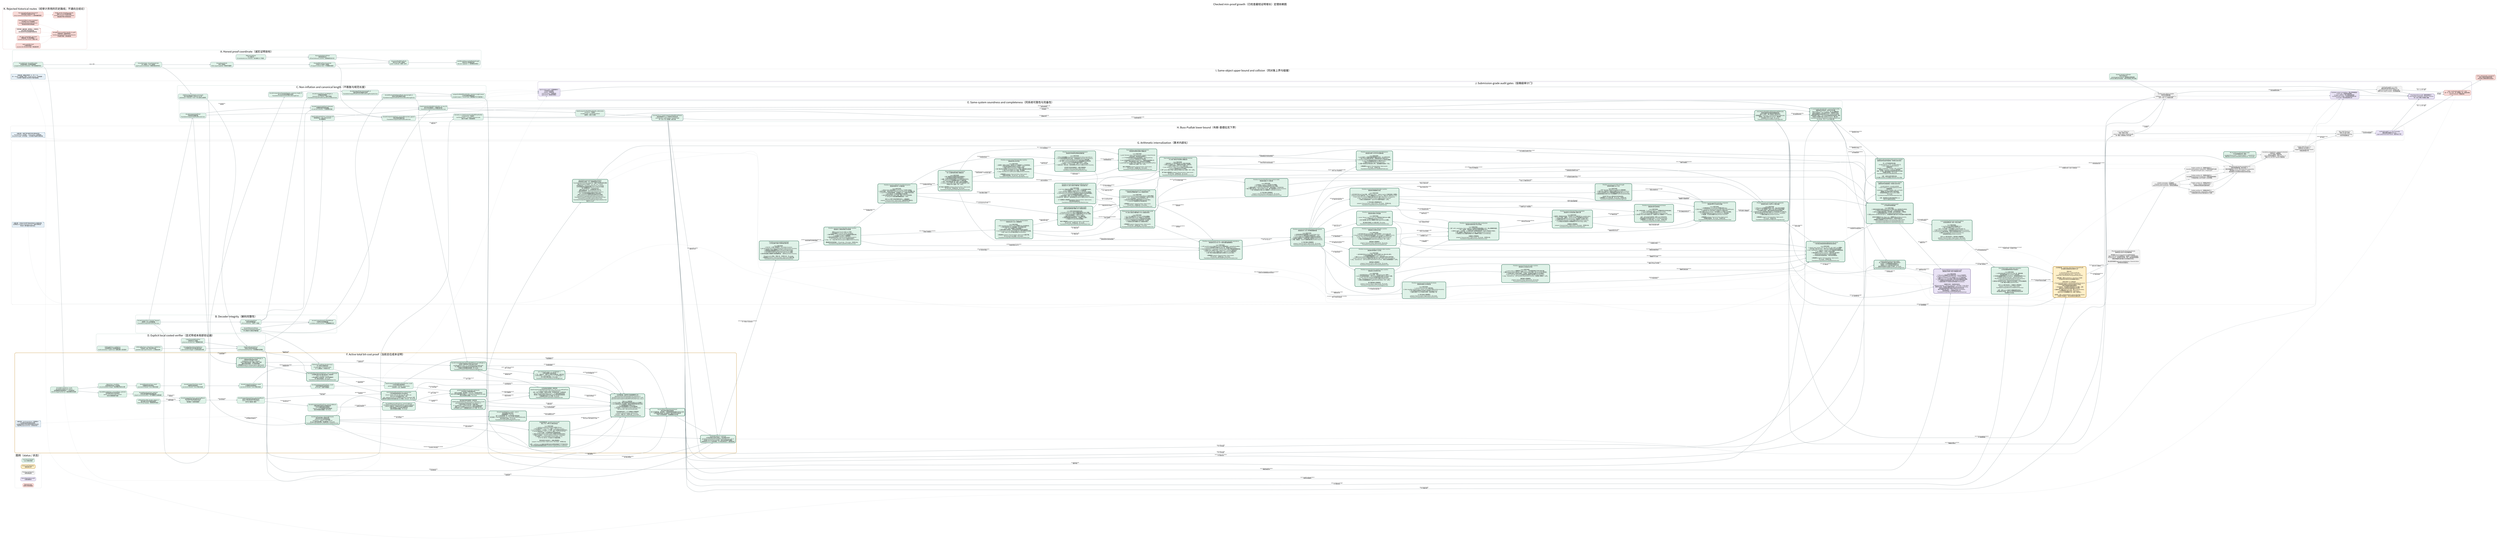
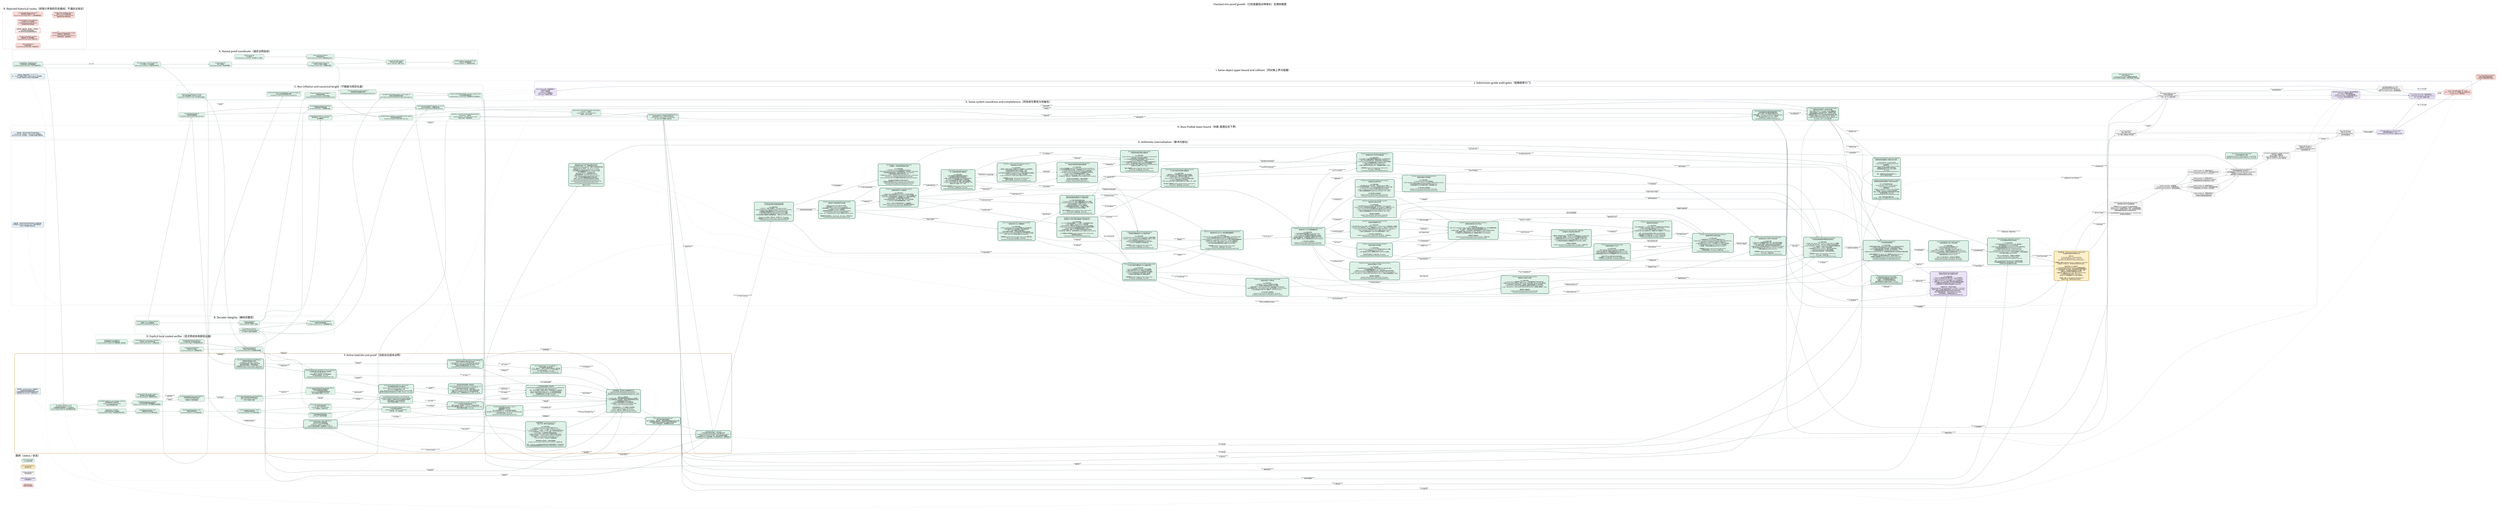
digraph CheckedMinProofDependencies {
  graph [
    rankdir=LR,
    bgcolor="white",
    compound=true,
    newrank=true,
    pad="0.35",
    nodesep="0.30",
    ranksep="0.62",
    fontname="Noto Sans CJK SC",
    fontsize=24,
    label="Checked min-proof growth（已检查最短证明增长）定理依赖图",
    labelloc="t",
    labeljust="c"
  ];
  node [
    shape=box,
    style="rounded,filled",
    fontname="Noto Sans CJK SC",
    fontsize=10.5,
    color="#526d75",
    fillcolor="#eef3f4",
    margin="0.14,0.09",
    penwidth=1.2
  ];
  edge [
    fontname="Noto Sans CJK SC",
    fontsize=8.5,
    color="#65777d",
    arrowsize=0.68,
    penwidth=1.05
  ];

  subgraph cluster_legend {
    label="图例（status / 状态）";
    color="#c8d1d4";
    style="rounded";
    done [label="Lean kernel checked\nLean 内核已检查", fillcolor="#dff2e8", color="#3f7c66"];
    active [label="Active proof obligation\n当前证明义务", fillcolor="#fff0c9", color="#b37a12", penwidth=2.2];
    pending [label="Pending root theorem\n待闭合根定理", fillcolor="#f3f3f3", color="#777777", style="rounded,filled,dashed"];
    audit [label="Axiom/dependency audit\n公理/依赖审计", fillcolor="#e9e3f5", color="#76639a"];
    rejected [label="Rejected route\n经审计弃用的路线", fillcolor="#f8d9d6", color="#a8443d", style="rounded,filled,dashed"];
  }

  subgraph cluster_coordinate {
    label="A. Honest proof coordinate（诚实证明坐标）";
    color="#8fb7aa";
    style="rounded";

    natcode [label="binaryNatCode / decodeBinaryNat\n自然数前缀码 / 自然数前缀解码\nescaped-bit prefix serialization（转义位前缀序列化）", fillcolor="#dff2e8"];
    syntaxcode [label="binaryTermCode + binaryFormulaCode\n项二进制码 + 公式二进制码\ntyped syntax serialization（类型化语法序列化）", fillcolor="#dff2e8"];
    sequentcode [label="binarySequentCode\n序列二进制码\nfinite sequent payload（有限序列载荷）", fillcolor="#dff2e8"];
    prooftree [label="CheckedPAProofTree.binaryCode\n已检查 PA 证明树二进制码\n10 sequent-calculus rules（十条相继式规则）", fillcolor="#dff2e8"];
    axiomcert [label="PAAxiomCertificate\nPA 公理证书\n23 constructors incl. induction（含归纳的 23 个构造）", fillcolor="#dff2e8"];
    structcert [label="StructuralValidityCertificate\n结构有效性证书\nall local witnesses counted（全部局部见证计长）", fillcolor="#dff2e8"];
    certifiedcode [label="binaryCertifiedPAProofCode\n带证书 PA 证明二进制码\nproof + certificate（证明 + 证书）", fillcolor="#dff2e8"];
    packedcode [label="packBinaryString / packedPayloadLength\n位串打包 / 有效载荷长度\nNat.size = payload + 1（自然数位长等式）", fillcolor="#dff2e8"];

    natcode -> syntaxcode [label="labels / 标签"];
    syntaxcode -> sequentcode;
    sequentcode -> prooftree;
    axiomcert -> structcert;
    prooftree -> certifiedcode;
    structcert -> certifiedcode;
    certifiedcode -> packedcode;
  }

  subgraph cluster_decoder {
    label="B. Decoder integrity（解码完整性）";
    color="#8fb7aa";
    style="rounded";

    typeddecoder [label="decodeCompactTerm / Formula / Sequent\n紧凑项 / 公式 / 序列解码器\nFoundationCompactPAProofVerifier.lean", fillcolor="#dff2e8"];
    proofdecoder [label="decodeCompactProof\n紧凑证明树解码器\nall 10 constructors（全部十个构造）", fillcolor="#dff2e8"];
    certdecoder [label="decodePAAxiomCertificate\ndecodeStructuralValidityCertificate\nPA 公理证书 / 结构证书解码器", fillcolor="#dff2e8"];
    packeddecoder [label="decodeCompactPackedCertifiedPAProof\n打包带证书证明解码器\nno hidden auxiliary witness（无隐藏辅助见证）", fillcolor="#dff2e8"];

    typeddecoder -> proofdecoder;
    certdecoder -> packeddecoder;
    proofdecoder -> packeddecoder;
  }

  subgraph cluster_size {
    label="C. Non-inflation and canonical length（不膨胀与规范长度）";
    color="#8fb7aa";
    style="rounded";

    structural [label="decodeCompactProof_parseWeight_le\n证明解码结构量界\nstructural non-inflation（结构不膨胀）\nFoundationCompactProofDecoderStructuralBound.lean", fillcolor="#dff2e8"];
    syntaxcanonical [label="decodeCompactTerm/Formula/Sequent_canonical_length_le\n项/公式/序列规范重编码长度界\nFoundationCompactCanonicalDecodeLength.lean", fillcolor="#dff2e8"];
    proofcanonical [label="decodeCompactProof_binaryLength_le\n完整证明树规范重编码长度界\nFoundationCompactProofCanonicalDecodeLengthComplete.lean", fillcolor="#dff2e8"];
    certcanonical [label="decodeStructuralValidityCertificate_binaryLength_le\n结构证书规范重编码长度界\nFoundationCompactCertificateCanonicalDecodeLength.lean", fillcolor="#dff2e8"];
    totalcanonical [label="compactCertifiedPAProofVerifier_canonical_length_bound\n公开验证器规范载荷总界\naccepted output <= honest input（接受输出不长于诚实输入）", fillcolor="#dff2e8"];
    transformsize [label="shift/free/neg/substitution size bounds\n移位/自由变量嵌入/否定/代入大小界\nsubstitution <= formula × term（代入至多公式乘项）", fillcolor="#dff2e8"];

    typeddecoder -> syntaxcanonical;
    proofdecoder -> structural;
    syntaxcanonical -> proofcanonical;
    certdecoder -> certcanonical;
    proofcanonical -> totalcanonical;
    certcanonical -> totalcanonical;
    syntaxcode -> transformsize;
  }

  subgraph cluster_explicit_local {
    label="D. Explicit local costed verifier（显式带成本局部验证器）";
    color="#8fb7aa";
    style="rounded";

    biteq [label="bitStringEqTrace / natEqTrace\n位串相等轨迹 / 自然数相等轨迹\nresult correctness + explicit cost（结果正确 + 显式成本）", fillcolor="#dff2e8"];
    bitset [label="bitStringMemTrace / SubsetTrace / SetEqTrace\n位串成员 / 包含 / 集合等价轨迹\nquadratic-style explicit bounds（二次型显式界）", fillcolor="#dff2e8"];
    formulalist [label="formulaEq/Mem/Subset/SetEqTrace\n公式相等/成员/包含/集合等价轨迹\ncode emission charged（公式码生成已计费）", fillcolor="#dff2e8"];
    listedtree [label="ListedCheckedPAProofTree\n列表序列 PA 证明树\npreserves decoded lists（保留解码列表）", fillcolor="#dff2e8"];
    listedcert [label="listedCertificateValidTrace\n列表证书有效性成本轨迹\nno Finset decide black box（无有限集判定黑箱）", fillcolor="#dff2e8"];

    biteq -> bitset;
    bitset -> formulalist;
    listedtree -> listedcert;
    formulalist -> listedcert;
    transformsize -> listedcert [label="local transforms\n局部变换"];
  }

  subgraph cluster_same_system {
    label="E. Same-system soundness and completeness（同系统可靠性与完备性）";
    color="#8fb7aa";
    style="rounded";

    listdecoder [label="decodeCompactListedProof\n列表保持证明解码器\nFoundationCompactListedProofDecoder.lean", fillcolor="#dff2e8"];
    projection [label="decodeCompactListedProof_toChecked\n列表解码投影到原检查器\n10-rule fuel induction（十规则燃料归纳）", fillcolor="#dff2e8"];
    localiff [label="listedCertificateValidTrace_toChecked_iff\n新局部轨迹 <-> 原 certificateValid\n语义精确等价", fillcolor="#dff2e8"];
    publiciff [label="listedCompactCertifiedPAProofVerifier_eq_true_iff\n新公开验证器接受 <-> 精确检查关系\nFoundationCompactListedCertifiedVerifier.lean", fillcolor="#dff2e8"];
    soundness [label="listedCompactCertifiedPAProofVerifier_toDerivation\nsoundness（可靠性）\naccepted code -> real PA Derivation2\n接受码 -> 真实 PA 推导", fillcolor="#dff2e8"];
    listencoder [label="decodeCompactListedProof_canonicalBinaryCode_append\n列表证明规范编码往返\nFoundationCompactListedProofEncoder.lean", fillcolor="#dff2e8"];
    completeness [label="derivation_to_listedCompactCertifiedPAProofVerifier\ncompleteness（完备性）\nreal PA derivation -> accepted canonical code\n真实 PA 推导 -> 规范接受码", fillcolor="#dff2e8"];
    predicate [label="Concrete P(x,y) / ListedCompactCertifiedPAProofChecks\n具体证明谓词 P(x,y) / 列表带证书检查关系\nsame formula + same checker + honest length\n同一公式 + 同一检查器 + 诚实长度", fillcolor="#dff2e8", penwidth=2.0];
    minmeasure [
      label="minListedCertifiedPAProofPayloadLength(formula)\n具体检查器诱导的最短完整载荷长度\n真实 PA 推导 -> 最小值由某个接受码实现\n任意接受码 -> minimum <= packedPayloadLength(code)\n接受码 -> 同公式真实 Derivation2（推导树）\n无项目级 proof_length；无 sorryAx\nFoundationCompactListedMinProofLength.lean",
      fillcolor="#dff2e8", color="#2f6f57", penwidth=2.8
    ];
    canonicalnormalize [
      label="P_canon(code, formulaCode) + canonical Bool verifier\n纯数值规范证明关系 + 规范布尔验证器\nBool verifier = true <-> P_canon，由 Lean 精确证明\n任意公开接受码 -> 同公式码规范码，完整载荷不增长\n最短完整载荷必由真实规范 proof + certificate 码实现\n全体码有限一致性 <-> 同 cutoff 的纯数值规范码有限一致性\n非规范/冗余编码不能人为压低 minimum（最小值）\nFoundationCompactListedCanonicalNormalization.lean\n无 sorryAx；仅三个 Lean 标准公理",
      fillcolor="#dff2e8", color="#2f6f57", penwidth=2.8
    ];

    typeddecoder -> listdecoder;
    listdecoder -> projection;
    proofdecoder -> projection;
    listedcert -> localiff;
    projection -> publiciff;
    localiff -> publiciff;
    packeddecoder -> publiciff;
    publiciff -> soundness;
    prooftree -> listencoder;
    listdecoder -> listencoder;
    listencoder -> completeness;
    listedcert -> completeness;
    soundness -> predicate;
    completeness -> predicate;
    predicate -> minmeasure [label="minimum over accepted codes\n对接受码取最小值"];
    completeness -> minmeasure [label="nonempty accepted set\n接受集合非空"];
    publiciff -> canonicalnormalize [label="decode every accepted code\n解码任意接受码"];
    listencoder -> canonicalnormalize [label="canonical re-encoding\n规范重编码"];
    totalcanonical -> canonicalnormalize [label="no payload growth\n载荷不增长"];
    minmeasure -> canonicalnormalize [label="minimum realized canonically\n最小值由规范码实现"];
  }

  subgraph cluster_cost_active {
    label="F. Active total bit-cost proof（当前总位成本证明）";
    color="#c18a27";
    style="rounded,bold";

    nattrace [label="decodeBinaryNatTrace_result\ndecodeBinaryNatTrace_cost_le\n自然数解码轨迹结果等价 + 二次位成本界\nNat.bit charged by Nat.size（按自然数位长收费）", fillcolor="#dff2e8", color="#3f7c66"];
    tracebind [label="OptionTrace + traceBind\n可选结果成本轨迹 + 轨迹绑定\nevery bind/failure charged（每次绑定/失败均计费）", fillcolor="#dff2e8", color="#3f7c66"];
    vectortrace [label="decodeManyVectorTrace_result\n向量解码轨迹结果等价\nLean kernel checked（Lean 内核已检查）", fillcolor="#dff2e8", color="#3f7c66"];
    termtrace [label="decodeCompactTermTrace_result\n项解码轨迹结果等价\nLean kernel checked（Lean 内核已检查）", fillcolor="#dff2e8", color="#3f7c66"];
    formulatrace [label="decodeCompactFormulaTrace_result\n公式解码轨迹结果等价\nLean kernel checked（Lean 内核已检查）", fillcolor="#dff2e8", color="#3f7c66"];
    prooftrace [label="decodeCompactListedProofTrace_result\n列表证明解码轨迹结果等价\nall 10 rules（全部十条规则）", fillcolor="#dff2e8", color="#3f7c66"];
    certtrace [label="PA/structural certificate decoder traces\nPA / 结构证书解码轨迹\n23 axiom tags + 4 recursive nodes\n23 个公理标签 + 4 种递归节点", fillcolor="#dff2e8", color="#3f7c66"];
    publictrace [label="listedCompactCertifiedPAProofVerifierTrace_result\n公开验证器轨迹结果等价\npacked envelope + formula + local checks\n打包外壳 + 公式 + 局部检查", fillcolor="#dff2e8", color="#3f7c66"];
    natpotential [label="decodeBinaryNatTrace_success/failure_potential\n自然数解码成功/失败势能界\nquartic consumed-prefix invariant\n四次已消费前缀不变量", fillcolor="#dff2e8", color="#3f7c66"];
    vectorpotential [label="decodeManyVectorTrace_potential\n任意长度向量解码摊还势能定理\ndisjoint consumed prefixes（互不重叠的已消费前缀）", fillcolor="#dff2e8", color="#3f7c66"];
    symbolcharge [label="arithmeticFunc/Rel_decode_charge_le\n算术函数/关系符号解码收费界\nfinite ORing language（有限有序环语言）", fillcolor="#dff2e8", color="#3f7c66"];
    termpotential [label="decodeCompactTermTrace_parserCostBound\n紧凑项解码器全路径摊还成本界\nsuccess + every failure path\n成功路径 + 全部失败路径", fillcolor="#dff2e8", color="#3f7c66"];
    formulapotential [label="decodeCompactFormulaTrace_parserCostBound\n紧凑公式解码器全路径摊还成本界\natoms / connectives / quantifiers\n原子式 / 联结词 / 量词", fillcolor="#dff2e8", color="#3f7c66"];
    proofpotential [
      label="decodeCompactListedProofTrace_parserCostBound\n列表证明树全路径四次势能成本界\n十条 PA 相继式规则全部通过\nand/cut 二叉子证明势能已望远镜相消\n成功/失败路径全覆盖；无 sorryAx",
      fillcolor="#dff2e8", color="#3f7c66"
    ];
    certpotential [
      label="decodePAAxiomCertificateTrace_parserCostBound\ndecodeStructuralValidityCertificateTrace_parserCostBound\n23 种 PA 公理标签 + 4 种递归证书节点全路径四次势能界\n归纳公理体和二元证书树已摊还闭合\n成功/失败路径全覆盖；无 sorryAx",
      fillcolor="#dff2e8", color="#3f7c66", penwidth=2.2
    ];
    packedcost [
      label="packed proof/formula decoder cost bounds\n打包证明/公式解码器成本界\n证明+证书串联、末位哨兵、dropLast、空后缀全部闭合\n两个公开打包解码器均不超过 2 × decoderPotential(Nat.size code)\n成功/失败路径全覆盖；无 sorryAx",
      fillcolor="#dff2e8", color="#2f6f57", penwidth=2.8
    ];
    transformcode [
      label="transformation binary-code length bounds\n语法变换完整二进制码长界\nshift/free/neg 均至多线性膨胀\nsubstitution：|phi[t]| <= 3(F+1)(W+1)F\n含 qpow 量词深度预算；无隐藏参数；无 sorryAx\nFoundationCompactSyntaxTransformationCodeBounds.lean",
      fillcolor="#dff2e8", color="#2f6f57", penwidth=2.8
    ];
    negtrace [
      label="binaryFormulaNegTrace_result / _cost_le\n否定变换真实递归轨迹\n结果精确等于 ∼formula\n每个公式构造收费一步；原子项向量不重复遍历\n执行成本 <= formulaSymbolCount <= |binaryFormulaCode(formula)|\n单文件探针已通过；无 sorryAx\nFoundationCompactSyntaxNegationTrace.lean",
      fillcolor="#dff2e8", color="#2f6f57", penwidth=2.8
    ];
    axmjoint [
      label="axm comparator input <= 2 * jointWeight + 1\n公理比较器输入联合坐标界\n上下文、候选句子、完整 PA 公理证书均落在同一诚实位权\ncertificateBits + sentenceBits + 1 <= 2 * jointWeight + 1\n四个坐标引理已通过；无 sorryAx\nFoundationCompactListedAxiomJointWeight.lean",
      fillcolor="#dff2e8", color="#2f6f57", penwidth=2.8
    ];
    honestproof [
      label="decodeCompactListedProof_honestWeight_le\n列表保持证明树诚实位权界\nweight(tree) + 8|suffix| <= 8|input|\n十条 PA 规则全部闭合；重复公式逐个计费\n覆盖任意成功解码，不只是规范编码\n公理画像仅 propext / Classical.choice / Quot.sound\nFoundationCompactListedProofHonestWeight.lean",
      fillcolor="#dff2e8", color="#2f6f57", penwidth=2.8
    ];
    honestcert [
      label="decodeCompactPackedListedCertifiedPAProof_honestWeight_le\n证明树+完整结构证书联合诚实位权界\njointWeight(tree,cert) <= 8 * packedPayloadLength(code)\nPA 公理证书 23 标签及递归证书全部由实际输入位计费\n无辅助见证和隐藏长度参数；无 sorryAx\nFoundationCompactListedCertifiedHonestWeight.lean",
      fillcolor="#dff2e8", color="#2f6f57", penwidth=2.8
    ];
    localprimitives [
      label="formulaEq/Mem/Subset/SetEqTrace_cost_le_polynomial\n公式相等/成员/包含/集合等价统一位成本界\nP(w) = 4 + 2(w+3)^2 + w\nw 是全部输入公式码位权，包含列表重复项\n四个端点全部通过；无 sorryAx\nFoundationCompactListedLocalCostPrimitives.lean",
      fillcolor="#dff2e8", color="#2f6f57", penwidth=2.8
    ];
    localbranches9 [
      label="10/10 listedCertificateValidTrace cost branches\n十条证明规则局部成本分支全部闭合\nclosed / verum / and / or / all / exs / wk / shift / cut：\n由 P(G(w)) 及生成语法界统一计费\naxm：由 A(w)=K*(2w+1)^12 的真实 guarded comparator 计费\n最终每节点固定多项式包络已由 Lean 检查；无 haxm、无 sorryAx",
      fillcolor="#dff2e8", color="#2f6f57", penwidth=2.8
    ];
    localinduction [
      label="联合坐标内部归纳骨架 + 具体实例\nlistedCertificateValidTrace_jointCost_le_polynomial_of_axm\nguardedListedCertificateValidTrace_jointCost_le\n十规则证明树/证书同步统一归纳已通过\nb = proofWeight + certificateWeight（证明+证书联合位权）\n抽象 haxm 已由真实 guarded axm 成本定理具体消除\n公开实例无 haxm；公理画像仅标准 Lean 公理；无 sorryAx",
      fillcolor="#dff2e8", color="#2f6f57", penwidth=2.8
    ];
    publicskeleton [
      label="公开总成本内部骨架 + 具体实例\nlistedCompactCertifiedPAProofVerifierTrace_cost_le_of_certificateTrace\ns = Nat.size(code) + Nat.size(formulaCode)\n合并：两个打包解码、局部证书检查、结论集合比较、公式码比较\nQ(s)=4*decoderPotential(s)+L(s)+1，L(s) 是显式固定多项式\n原先唯一内部证书成本义务现已由 guarded 联合成本定理消除\n公理画像仅标准 Lean 公理；无 sorryAx\nFoundationCompactListedPublicCostSkeleton.lean",
      fillcolor="#dff2e8", color="#2f6f57", penwidth=2.8
    ];
    publiccost [
      label="【主终端完成：具体带守卫检查器最终汇合】\nguardedListedCertificateValidTrace_jointCost_le\nguardedListedCompactCertifiedPAProofVerifierTrace_result\nguardedListedCompactCertifiedPAProofVerifierTrace_cost_le\n\n已由 Lean 内核检查：\n1. axm 的 23 标签、接受/拒绝路径和候选长度 guard 全部统一；\n2. axm 局部成本进入与证明树、结构证书相同的诚实联合位权；\n3. 十规则整树成本不再带 haxm；\n4. 公开轨迹结果精确等于公开验证器结果；\n5. 总位成本 <= listedPublicVerifierCostPolynomial(\n   Nat.size code + Nat.size formulaCode)。\n\n定向构建退出码 0；五个关键端点公理画像仅\npropext / Classical.choice / Quot.sound。\n无 haxm、无输入包、无项目公设、无 sorryAx。\nFoundationCompactListedGuardedAxiomCost.lean",
      fillcolor="#dff2e8", color="#2f6f57", penwidth=2.8
    ];
    amortized [label="Success/failure total potential bound\n成功/失败全路径总势能界\n两个打包解码器、语法变换、十规则局部检查和最终比较均已计费\n公开轨迹的所有输入对均满足同一固定多项式位成本界\n不是只分析接受路径；无隐藏辅助见证长度", fillcolor="#dff2e8", color="#2f6f57", style="rounded,filled", penwidth=2.8];
    costnote [shape=note, label="关键注释：result equivalence（结果等价）\n只证明轨迹没有改掉验证结果；\n必须再证明成功/失败全路径的固定多项式界，\n才能声称 polynomial time（多项式时间）。", fillcolor="#e8f1f8", color="#4e7892"];
    transformtrace [label="【共享终端完成：guarded axiom trace】\n移位 / 代入 / 带守卫公理比较轨迹\n\nLean 内核已检查：\n1. shift/free/substitution/list/fixitr 的真实 QTrace；\n2. fixitr 输出码长 <= 4*(L+1)^2；成本 <= 128*(m+L+1)^2*L；\n3. succInd 四次代入、三次否定、三个析取、两个全称量词全部真实执行；\n4. succInd 输出码长 <= 10^7*(L+1)^4；成本 <= 10^11*(L+1)^12；\n5. guard 完备：合法相等候选不会被提前拒绝；\n6. 接受分支 fixitr/allClosure/formulaEq 与拒绝分支总成本均闭合；\n7. 全部 23 标签统一：true iff certificate.sentence = candidate；\n8. 总成本 <= K*(certificateBits+sentenceBits+1)^12，\n   K=10^30+(3B+4)，B 为显式 26 句固定预算。\n\n两条验收命令退出码 0；关键公理画像仅\npropext / Classical.choice / Quot.sound；无 sorryAx、无项目公设。\n\n边界：certificate-only 直接生成完整归纳句在稀疏变量编号下不可能多项式；\n本节点完成的是保持接受关系的 candidate-length guarded comparator。", fillcolor="#dff2e8", color="#2f6f57", style="rounded,filled", penwidth=2.8];
    polytime [label="VerifierBitCost(x,y) <= p(|x|+|y|)\n公开验证器总位成本不超过一个显式固定多项式\nguardedListedCompactCertifiedPAProofVerifierTrace_cost_le\n对全部 code/formulaCode 成立，成功与失败路径均覆盖\n这里是项目 QTrace 位成本模型；PA 内短证明仍由下一簇单独完成", fillcolor="#dff2e8", color="#2f6f57", style="rounded,filled", penwidth=2.8];

    natcode -> nattrace;
    nattrace -> tracebind;
    tracebind -> vectortrace;
    vectortrace -> termtrace;
    termtrace -> formulatrace;
    formulatrace -> prooftrace;
    certdecoder -> certtrace;
    formulatrace -> certtrace;
    prooftrace -> publictrace;
    certtrace -> publictrace;
    publictrace -> amortized [label="exact behavior first\n先固定精确行为"];
    nattrace -> natpotential;
    natpotential -> vectorpotential;
    vectorpotential -> termpotential [label="argument vectors\n参数向量"];
    symbolcharge -> termpotential [label="finite symbol decoding\n有限符号解码"];
    termpotential -> formulapotential [label="terms inside atoms\n原子式中的项"];
    formulapotential -> proofpotential [label="formulas inside sequents\n序列中的公式"];
    proofpotential -> certpotential [label="proof/certificate alignment\n证明树/证书树对齐"];
    formulapotential -> certpotential [label="induction body\n归纳公理体"];
    certpotential -> packedcost [label="proof + certificate stream\n证明 + 证书串"];
    publictrace -> packedcost [label="same executable result\n同一可执行结果"];
    packedcost -> publiccost [label="decoded objects\n已解码对象"];
    transformsize -> transformcode [label="from symbol count to full bits\n从符号数提升到完整位长"];
    transformcode -> negtrace [label="input bit-length control\n输入位长控制"];
    negtrace -> publiccost [label="closed/cut negation charge\n闭合/切规则否定计费"];
    transformcode -> publiccost [label="generated-code bounds\n生成公式码长界"];
    listdecoder -> honestproof [label="all successful parses\n全部成功解码"];
    honestproof -> honestcert [label="proof-tree charge\n证明树计费"];
    certcanonical -> honestcert [label="full certificate bits\n完整证书位"];
    honestcert -> publiccost [label="joint decoded-data bound\n联合解码数据界"];
    honestcert -> axmjoint [label="proof + certificate coordinate\n证明 + 证书坐标"];
    axmjoint -> publiccost [label="guarded comparator input bound\n带守卫比较器输入界"];
    listedcert -> localprimitives [label="exact trace costs\n精确轨迹成本"];
    honestproof -> localprimitives [label="duplicate-preserving weights\n保留重复项位权"];
    localprimitives -> publiccost [label="uniform quadratic bound\n统一二次界"];
    localprimitives -> localbranches9 [label="per-rule instantiation\n逐规则实例化"];
    transformcode -> localbranches9 [label="generated syntax bounds\n生成语法界"];
    localbranches9 -> publiccost [label="nine checked branches\n九条已检查分支"];
    localbranches9 -> localinduction [label="structural aggregation\n结构汇总"];
    localinduction -> publiccost [label="haxm concretely discharged\nhaxm 已由具体定理消除"];
    localinduction -> publicskeleton [label="local certificate polynomial\n局部证书多项式"];
    packedcost -> publicskeleton [label="two packed decoder bounds\n两个打包解码界"];
    honestcert -> publicskeleton [label="decoded joint weight\n解码联合位权"];
    publicskeleton -> publiccost [label="concrete discharge checked\n具体消义务已检查"];
    listedcert -> publiccost [label="explicit local checks\n显式局部检查"];
    publiccost -> amortized;
    totalcanonical -> amortized [label="consumed-length control\n消费长度控制"];
    costnote -> amortized [style=dotted, arrowhead=none, constraint=false];
    transformcode -> transformtrace;
    transformtrace -> publiccost [label="guarded axm + shift/free/substitution costs\n带守卫公理 + 移位/自由化/代入成本"];
    amortized -> polytime;
    transformtrace -> polytime;
    totalcanonical -> polytime [label="input/output length control\n输入输出长度控制"];
    listedcert -> polytime [label="local cost bounds\n局部成本界"];
    predicate -> polytime [label="exact executable relation\n精确可执行关系"];
  }

  subgraph cluster_internalization {
    label="G. Arithmetic internalization（算术内部化）";
    color="#9a9a9a";
    style="rounded,dashed";

    listedconmeta [label="ListedCertifiedFiniteConsistencyAt(k)\n同一列表保持验证器的有限一致性元层语义\n无长度 <= k 的完整载荷码被接受为 ⊥\n普通及 2^(A*n) 放大版本无条件为真\n接受反向恢复同公式真实 PA 推导；无 sorryAx\nFoundationCompactListedFiniteConsistencyTarget.lean", fillcolor="#dff2e8", color="#2f6f57", penwidth=2.8];
    arithinput [label="Primitive-recursive packed input layer\n公开验证器打包输入的原始递归算术层\n\nLean 内核已检查：\n1. Nat.bits（小端二进制展开）为 primitive recursive；\n2. getLast?/dropLast 与 sentinel payload peel 均为 primitive recursive；\n3. 剥离成功 iff 输入精确等于 packBinaryString(payload)；\n4. 新剥离器结果精确等于现有 packedPayloadTrace 结果；\n5. decodeBinaryNat 已由 right-fold state machine 重建；\n6. 新状态机逐输入精确等于原前缀解码器，二者均为 primitive recursive。\n\n无 typed syntax 假设、无输入包、无项目公设、无 sorryAx；\n公理画像仅 propext / Classical.choice / Quot.sound 或其子集。\nFoundationCompactListedVerifierArithmeticInput.lean", fillcolor="#dff2e8", color="#2f6f57", penwidth=2.8];
    tokenstream [label="Primitive-recursive binary-Nat token stream machine\n原始递归二进制自然数记号流机器\n\n具体 bounded iterator 已由 Lean 检查：\n1. 状态明确区分 running / failed / accepted；\n2. 每步调用同一个 decodeBinaryNat 并保留真实剩余位串；\n3. 总步数由 inputBits+1 明确限制；\n4. 最终结果逐位串等于 repeated-prefix reference parser；\n5. binaryNatCode token stream 的规范往返成立；\n6. step、run、output 和 reference parser 全部 primitive recursive。\n\n覆盖畸形和非规范输入；无 rawCode、无 sorryAx、无项目公设。\nFoundationCompactBinaryNatStreamMachine.lean", fillcolor="#dff2e8", color="#2f6f57", penwidth=2.8];
    bitsync [label="Exact noncanonical bit/token stream synchronization\n非规范位流与 token 流精确同步\n\nLean 内核已检查：\n1. 定义 repeated decodeBinaryNat 的精确 token/位后缀关系；\n2. 关系可按任意 token 前后缀唯一切分并重新合成；\n3. 同一 token 前缀留下的位后缀唯一；\n4. 规范位编码只是特例，不把非规范高位零误判为规范码；\n5. bounded stream decoder 成功 iff 全部 token 恰好消费至空位后缀；\n6. 每个 token-list split 都对应真实 bit boundary。\n\n公理画像仅 propext / Classical.choice / Quot.sound 或其子集；\n无 canonical-input 假设、无 sorryAx。\nFoundationCompactBinaryNatStreamSynchronization.lean", fillcolor="#dff2e8", color="#2f6f57", penwidth=2.8];
    syntaxparser [label="Primitive-recursive arithmetic term/formula parser\n原始递归算术项 / 公式解析器\n\nLean 内核已检查：\n1. 纯 Nat token 状态机覆盖 bvar/fvar/func 与全部公式构造；\n2. 有序环函数、关系符号码与 typed decoder 的 decode₂ 条件精确一致；\n3. repeat frame 逐项处理参数，不按稀疏 arity 一次展开巨型任务表；\n4. 每个真实项 / 公式都有精确执行步数定理；\n5. 执行步数不超过真实 token 长度，固定二次 fuel 必然足够；\n6. 公开 parser 对规范编码精确返回同一 suffix。\n\n定向 Lean 探针与目标构建退出码 0；公理画像仅\npropext / Classical.choice / Quot.sound；静态禁用项扫描为空。\nFoundationCompactSyntaxTokenMachine.lean", fillcolor="#dff2e8", color="#2f6f57", penwidth=2.8];
    syntaxinversion [label="Exact arbitrary-input syntax inversion\n项 / 公式解析器任意输入精确反演\n\nLean 内核已检查：\n1. 每个纯数值任务栈都有类型化前缀语义；\n2. 每次数值状态转换反向保持该语义；\n3. 函数 / 关系符号有效码恢复同 arity 的真实有序环符号；\n4. repeat frame 恢复精确长度的 Fin 参数向量；\n5. 成功、失败及畸形输入统一由同一后向不变量覆盖；\n6. numeric parser 返回 suffix iff 输入等于某真实项 / 公式\n   的规范 token 前缀 ++ 同一 suffix。\n\n两个端点公理画像仅 propext / Classical.choice / Quot.sound；\n无 rawCode、无项目公设、无 sorryAx。\nFoundationCompactSyntaxTokenMachineInversion.lean", fillcolor="#dff2e8", color="#2f6f57", penwidth=2.8];
    syntaxbitsync [label="Typed syntax decoder iff exact token prefix\n类型化语法解码器与精确 token 前缀双向等价\n\nLean 内核已检查任意成功位串：\n1. decodeCompactTerm 成功 iff 精确消费该项 token 前缀；\n2. decodeCompactFormula 成功 iff 精确消费该公式 token 前缀；\n3. 两方向均保留同一个真实 bit suffix；\n4. 函数/关系符号代码由 decode₂ 精确恢复；\n5. 任意有限参数向量逐项同步，不隐藏 arity 展开；\n6. 非规范 binaryNat 表示完全覆盖。\n\n端点公理画像仅 propext / Classical.choice / Quot.sound；\n无 rawCode、无项目公设、无 sorryAx。\nFoundationCompactSyntaxBitTokenSynchronization.lean", fillcolor="#dff2e8", color="#2f6f57", penwidth=2.8];
    closedformula [label="Primitive-recursive closed-formula token machine\n原始递归闭公式记号机\n\nLean 内核已检查：\n1. 复用同一紧凑公式语法，但所有 term 位置遇到 fvar 标签即拒绝；\n2. 每次成功恢复真实类型化公式及同一 suffix；\n3. 恢复公式的 freeVariables 严格等于空集；\n4. 每个真实闭公式及每个 ArithmeticSentence 的嵌入规范编码必被接受；\n5. 成功 iff 闭公式规范 token 前缀，双向精确；\n6. step / bounded run / public parser 全部 primitive recursive。\n\n公理画像仅 propext / Classical.choice / Quot.sound；\n无额外闭性参数、无 rawCode、无 sorryAx。\nFoundationCompactClosedFormulaTokenMachine.lean", fillcolor="#dff2e8", color="#2f6f57", penwidth=2.8];
    proofparser [label="Primitive-recursive listed-proof structural parser\n原始递归列表保持证明树结构解析器\n\nLean 内核已检查：\n1. 纯 Nat 任务栈覆盖 closed/axm/verum/and/or/all/exs/wk/shift/cut；\n2. axm 标签现调用独立闭公式机，不再把普通 proposition 当 sentence；\n3. sequent cardinality 由 repeat-formula frame 逐项消费；\n4. 每个真实 ListedCheckedPAProofTree 都有精确执行步数定理；\n5. and/cut 左右子证明按编码顺序消费同一 suffix；\n6. 总步数 <= 2*tokenLength，固定二次 fuel 必然足够；\n7. 十标签分派、闭句分支、总状态机和公开 parser 全部 primitive recursive。\n\n定向探针及目标构建通过；关键公理画像仅\npropext / Classical.choice / Quot.sound。\nFoundationCompactProofTokenMachine.lean", fillcolor="#dff2e8", color="#2f6f57", penwidth=2.8];
    proofinversion [label="Exact arbitrary-input listed-proof inversion\n列表保持证明树任意输入精确反演\n\nLean 内核已检查：\n1. proof / formula / term / repeat-formula / sequent / closed-formula\n   六类任务统一具有类型化前缀语义；\n2. 十个节点标签的每条反向分支均恢复同一 typed proof tree；\n3. and/cut 严格恢复左右子树次序；\n4. axm 分支恢复真实 ArithmeticSentence，不接受含自由变量公式；\n5. 成功、失败及畸形输入由同一后向状态不变量覆盖；\n6. proof token parser 成功 iff 输入为某真实 ListedCheckedPAProofTree\n   的规范 token 前缀 ++ 同一 suffix。\n\n端点公理画像仅 propext / Classical.choice / Quot.sound；\n无 rawCode、无项目公设、无 sorryAx。\nFoundationCompactProofTokenMachineInversion.lean", fillcolor="#dff2e8", color="#2f6f57", penwidth=2.8];
    certparser [label="Primitive-recursive PA/structural certificate parsers\n原始递归 PA 公理 / 结构证书解析器（规范完备方向）\n\nLean 内核已检查：\n1. 23 个 PA 公理标签全部覆盖；0..21 固定，3/4 校验函数/关系码；\n2. tag 22 调用同一 binder-arity-1 公式解析器；\n3. 新 PA 证书 token 编码逐证书等于旧 binary code 的 Nat 前缀流；\n4. leaf/axiomCert/unary/binary 四类结构证书由显式任务栈递归解析；\n5. binary 左右子证书按编码顺序消费同一 suffix；\n6. 线性步数界、固定二次 fuel 和两个规范往返端点均已闭合；\n7. PA 标签分派、结构节点、总状态机和公开 parser 全部 primitive recursive。\n\n七个关键端点公理画像仅 propext / Classical.choice / Quot.sound；\n静态禁用项扫描为空。\nFoundationCompactCertificateTokenMachine.lean", fillcolor="#dff2e8", color="#2f6f57", penwidth=2.8];
    certinversion [label="Exact arbitrary-input PA/structural certificate inversion\nPA 公理 / 结构证书任意输入精确反演\n\nLean 内核已检查：\n1. 固定标签 0..21 逐项恢复对应 PA 公理证书构造器；\n2. 标签 3/4 恢复同 arity、同编码的真实函数 / 关系符号；\n3. 标签 22 恢复 binder-arity-1 归纳公式；\n4. leaf / axiomCert / unary / binary 四类节点全部反向恢复；\n5. binary 严格恢复左右子证书顺序；\n6. 两个 parser 成功 iff 输入为真实证书规范 token 前缀 ++ 同一 suffix。\n\n两个端点公理画像仅 propext / Classical.choice / Quot.sound；\n无 rawCode、无项目公设、无 sorryAx。\nFoundationCompactCertificateTokenMachineInversion.lean", fillcolor="#dff2e8", color="#2f6f57", penwidth=2.8];
    proofbitsync [label="Listed proof typed decoder iff exact token prefix\n列表保持证明解码器与 token 前缀双向等价\n\nLean 内核已检查：\n1. closed/axm/verum/and/or/all/exs/wk/shift/cut 十规则全覆盖；\n2. sequent、term、formula 与左右子证明保留同一真实 bit suffix；\n3. axm 分支恢复同一 ArithmeticSentence；\n4. 成功方向与完备方向均覆盖非规范 binaryNat 表示；\n5. and/cut 严格保留左右子树消费次序。\n\n公理画像仅 propext / Classical.choice / Quot.sound；\n无 rawCode、无项目公设、无 sorryAx。\nFoundationCompactProofBitTokenSynchronization.lean", fillcolor="#dff2e8", color="#2f6f57", penwidth=2.8];
    certbitsync [label="PA/structural certificate typed decoder iff exact token prefix\nPA 公理 / 结构证书解码器与 token 前缀双向等价\n\nLean 内核已检查：\n1. 23 个 PA 公理标签及 induction 公式体全部覆盖；\n2. 函数/关系符号由 decode₂ 恢复同 arity 真实符号；\n3. leaf/axiomCert/unary/binary 四类递归证书全覆盖；\n4. binary 严格保留左右证书顺序及同一位后缀；\n5. 任意成功位串与精确 token 前缀双向等价。\n\n公理画像仅 propext / Classical.choice / Quot.sound；\n无 rawCode、无项目公设、无 sorryAx。\nFoundationCompactCertificateBitTokenSynchronization.lean", fillcolor="#dff2e8", color="#2f6f57", penwidth=2.8];
    packedtokensync [label="Primitive-recursive packed stream + exact typed-decoder equivalence\n原始递归打包 token 流 + 类型化解码器精确等价\n\nLean 内核已检查：\n1. 公开 code 的 sentinel 哨兵位与 payload 剥离使用同一 packedPayloadBits；\n2. payload 逐前缀转为完整 Nat token 流，流函数已证 Primrec；\n3. listed proof tokens ++ structural certificate tokens 按公开解码顺序精确拼接；\n4. 证明码 token 流成功 iff 同一 typed proof + certificate 解码成功；\n5. formulaCode token 流成功 iff 同一 typed formula 解码成功；\n6. 两个等价均保留全载荷消费与非规范 binaryNat 表示。\n\n公理画像仅 propext / Classical.choice / Quot.sound；\n无 rawCode、无项目公设、无 sorryAx。\nFoundationCompactListedPackedBitTokenSynchronization.lean", fillcolor="#dff2e8", color="#2f6f57", penwidth=2.8];
    numericvalues [label="Primitive-recursive term/formula/sequent value parsers\n原始递归项 / 公式 / 序列数值值解析器\n\nLean 内核已检查：\n1. 在结构判断同时保留精确 canonical token slice；\n2. term 与 formula 解析返回已消费值及同一 suffix；\n3. sequent 按首 token 的基数逐公式解析并保持原顺序；\n4. 规范输入精确往返；任意成功输入恢复真实 typed syntax；\n5. 单值、重复值、sequent 总解析器全部 primitive recursive。\n\n九个审计端点公理画像仅\npropext / Classical.choice / Quot.sound；无 sorryAx。\nFoundationCompactNumericSyntaxValueParser.lean", fillcolor="#dff2e8", color="#2f6f57", penwidth=2.8];
    numericchecks [label="Primitive-recursive numeric formula-list checks\n原始递归数值公式列表检查\n\nLean 内核已检查：\n1. canonical formula token 编码单射；\n2. token equality / membership / subset / set equality 全部 primitive recursive；\n3. 四个结果在任意规范公式列表上逐点等于 typed trace；\n4. 重复元素按 Finset 外延语义处理，与原检查器一致。\n\n九个审计端点公理画像仅\npropext / Classical.choice / Quot.sound；无 sorryAx。\nFoundationCompactNumericFormulaListChecks.lean", fillcolor="#dff2e8", color="#2f6f57", penwidth=2.8];
    numericconstructors [label="Primitive-recursive direct formula constructors\n原始递归直接公式构造器\n\nLean 内核已检查：\n1. verum / falsum / and / or / all / exs 六种构造全为纯 token 函数；\n2. 六个函数全部 primitive recursive；\n3. 每个规范输入逐 token 精确等于真实 typed formula 编码。\n\n审计端点仅依赖 Lean 标准公理；无 sorryAx。\nFoundationCompactNumericFormulaConstructors.lean", fillcolor="#dff2e8", color="#2f6f57", penwidth=2.8];
    numericnegation [label="Primitive-recursive formula-negation token machine\n原始递归公式否定记号机\n\nLean 内核已检查：\n1. 运行状态只有 Nat 与 Nat 列表，不把 typed syntax 当输入；\n2. term 记号逐项原样复制，八种 formula 标签执行真实 De Morgan 对偶；\n3. term / term-list / formula 的完整任务执行语义均已闭合；\n4. step、bounded run 与公开 transform 全部 primitive recursive；\n5. 规范公式前缀精确返回 negated formula tokens + 同一 suffix。\n\n两个最终端点公理画像仅\npropext / Classical.choice / Quot.sound；无 sorryAx。\nFoundationCompactNumericFormulaNegation.lean", fillcolor="#dff2e8", color="#2f6f57", penwidth=2.8];
    numericshift [label="Primitive-recursive formula-shift token machine\n原始递归公式移位记号机\n\nLean 内核已检查：\n1. 运行状态只有 Nat 与 Nat 列表，逐任务消费同一 parser token 流；\n2. bound variable 与全部结构标签原样保留，free variable [1,i] 精确变为 [1,i+1]；\n3. term / term-list / formula 的完整执行语义逐点等于 Rewriting.shift；\n4. step、bounded run 与公开 transform 全部 primitive recursive；\n5. 规范公式前缀精确返回 shifted formula tokens + 同一 suffix。\n\n最终端点公理画像仅\npropext / Classical.choice / Quot.sound；无 sorryAx。\nFoundationCompactNumericFormulaShift.lean", fillcolor="#dff2e8", color="#2f6f57", penwidth=2.8];
    numericfree [label="Primitive-recursive formula-free token machine\n原始递归公式自由化记号机\n\nLean 内核已检查：\n1. source arity n+1 精确降到 target arity n，任务栈携带量词下真实当前元数；\n2. 最后 bound variable 变为 &0，较早 bound variable 保持，旧 free variable 取后继；\n3. 仅消费长度为 2 的真实变量头，空消费、失败路径及函数头均不会误触发；\n4. term / term-list / formula 沿元数等式的完整语义逐点等于 Rewriting.free；\n5. step、bounded run、公开 transform 均 primitive recursive，规范输入保留同一 suffix。\n\n最终端点公理画像仅\npropext / Classical.choice / Quot.sound；无 sorryAx。\nFoundationCompactNumericFormulaFree.lean", fillcolor="#dff2e8", color="#2f6f57", penwidth=2.8];
    numericsubstitution [label="Primitive-recursive one-variable substitution token machine\n原始递归单变量代入记号机\n\nLean 内核已检查：\n1. 运行状态只有 Nat 与 Nat 列表，见证项以固定 token 输入进入迭代；\n2. 任务栈精确跟踪量词下 source arity 1+d；\n3. 最后 bound variable 替换为完整闭见证 token，其余变量与结构头原样保留；\n4. term / term-list / formula 完整执行语义逐 token 等于 ((Rew.subst ![w]).qpow d)；\n5. step、bounded run、公开 transform 均 primitive recursive，规范公式前缀保留同一 suffix。\n\n最终端点公理画像仅\npropext / Classical.choice / Quot.sound；无 sorryAx。\nFoundationCompactNumericFormulaSubstitution.lean", fillcolor="#dff2e8", color="#2f6f57", penwidth=2.8];
    numericfixitr [label="Primitive-recursive formula-fixitr token machine\n原始递归变量捕获记号机\n\nLean 内核已检查：\n1. 运行状态只有 Nat 与 Nat 列表，任意 base arity n、capture count m 与量词深度 d 均覆盖；\n2. bound variable 保持不变；free i<m 精确变为 bound n+d+i；其余 free i 变为 free (i-m)；\n3. term / term-list / formula 完整执行语义逐 token 等于 ((Rew.fixitr n m).qpow d)；\n4. step、bounded run 与公开 transform 全部 primitive recursive；\n5. 规范公式前缀返回同一 typed fixitr 结果并保留同一 suffix。\n\n十个审计端点公理画像至多为\npropext / Classical.choice / Quot.sound；无 sorryAx、无项目公设。\nFoundationCompactNumericFormulaFixitr.lean", fillcolor="#dff2e8", color="#2f6f57", penwidth=2.8];
    numericsuccind [label="Primitive-recursive succInd(body) token construction\n原始递归后继归纳公式记号构造\n\nLean 内核已检查：\n1. 每个 shift / substitution / fixitr / negation 子变换必须完整消费输入公式，禁止忽略畸形尾部；\n2. 零、开放零、开放后继三类见证均为固定纯数值 token；\n3. 四条代入执行、三次否定、三个析取与两个全称量词均在同一 Option 失败语义中组合；\n4. 整个函数输入/输出只有 Nat 与 List Nat，且已证 primitive recursive；\n5. 任意规范 body 的最终结果逐 token 精确等于原定义 succInd(body)。\n\n关键端点公理画像仅\npropext / Classical.choice / Quot.sound；无 sorryAx、无项目公设。\nFoundationCompactNumericSuccIndSentence.lean", fillcolor="#dff2e8", color="#2f6f57", penwidth=2.8];
    numericfvsup [label="Primitive-recursive formula fvSup computation\n原始递归公式自由变量上确界计算\n\nLean 内核已检查：\n1. 复用同一数值语法任务栈，只在真正 term 位置识别 free-variable token；\n2. relation 标签、函数头、bound variable 与普通数字均不会误计；\n3. 单遍输出逐点等于 formula.fvarList，并保留同一未消费 suffix；\n4. listFvSup 的 max(index+1) fold 已独立证明 primitive recursive；\n5. 公开端点对任意规范公式精确返回 (formula.fvSup, suffix)。\n\n关键端点公理画像仅\npropext / Classical.choice / Quot.sound；无 sorryAx、无项目公设。\nFoundationCompactNumericFormulaFvSup.lean", fillcolor="#dff2e8", color="#2f6f57", penwidth=2.8];
    numericallclosure [label="Primitive-recursive iterated universal closure\n原始递归迭代全称闭包\n\nLean 内核已检查：\n1. 每一步真实前置一个 universal token 6，不把整段闭包当作单位成本；\n2. depth 次迭代的输入/输出只有 Nat 与 List Nat；\n3. step 与 nat-iterate 整体均已证明 primitive recursive；\n4. 对任意 arity=depth 的规范公式，结果逐 token 精确等于 ∀⁰* formula。\n\n边界：本节点本身不宣称按二进制 depth 多项式时间；\n必须由黄色节点先证明 depth <= candidate bit length。\n公理画像仅 Lean 标准公理；无 sorryAx、无项目公设。\nFoundationCompactNumericAllClosure.lean", fillcolor="#dff2e8", color="#2f6f57", penwidth=2.8];
    numerictokenbitlength [label="Primitive-recursive exact token bit length\n原始递归精确 token 位长\n\nLean 内核已检查：\n1. 每个 Nat token 用公开 binaryNatCode 重新编码；\n2. 任意 token 列表的总二进制位长函数已证 primitive recursive；\n3. 项与公式的规范 token 流重新编码后逐位等于原 binary code；\n4. 因而规范候选公式的 token 位长精确等于公开 formulaCode 位长。\n\n这关闭了把 token 数误当位长的坐标风险；\n公理画像仅 Lean 标准公理，无 sorryAx、无项目公设。\nFoundationCompactNumericTokenBitLength.lean", fillcolor="#dff2e8", color="#2f6f57", penwidth=2.8];
    numericguardedinduction [label="Primitive-recursive guarded induction comparator\n原始递归带守卫归纳句比较器\n\nLean 内核已检查：\n1. 先纯数值构造 succInd(body) 并精确计算 fvSup；\n2. 仅当 fvSup <= candidate formulaCode bit length 才执行 fixitr/allClosure；\n3. 生成句逐 token 等于标签 22 的真实 PA 归纳证书句；\n4. 对每个规范 body/candidate，布尔结果为 true iff 两个句子相等；\n5. 守卫拒绝分支由 typed guard completeness 排除漏接；\n6. 构造器、守卫及比较器均已证 primitive recursive。\n\n公理画像仅 propext / Classical.choice / Quot.sound；\n无隐藏长度参数、无 sorryAx、无项目公设。\nFoundationCompactNumericGuardedInductionSentence.lean", fillcolor="#dff2e8", color="#2f6f57", penwidth=2.8];
    numericfixedaxioms [label="Primitive-recursive fixed PA-axiom sentence table\n原始递归固定 PA 公理句表\n\nLean 内核已检查：\n1. 证书标签 0..21 的 22 个非归纳分支全覆盖；\n2. 20 个无参数公理直接返回规范句 token 常量；\n3. 函数外延按 4 个合法 (arity,code) 分派，关系外延按 2 个合法对分派；\n4. 输入/输出只有 Nat、Nat×Nat 和 List Nat，整个查表函数 primitive recursive；\n5. 每个规范固定证书逐 token 精确等于 certificate.sentence。\n\n五个审计端点公理画像仅\npropext / Classical.choice / Quot.sound；无 sorryAx。\nFoundationCompactNumericFixedPAAxiomSentence.lean", fillcolor="#dff2e8", color="#2f6f57", penwidth=2.8];
    numericallaxioms [label="Primitive-recursive all-23-tag PA-axiom comparator\n原始递归全部 23 标签 PA 公理比较器\n\nLean 内核已检查：\n1. 证书 parser 必须精确消费到空 suffix，禁止多余垃圾尾部；\n2. 标签 0..21 进入固定表，标签 22 进入带守卫归纳比较器；\n3. 非法函数/关系码、畸形归纳体和未知标签均拒绝；\n4. 任意证书 token 对规范候选句返回 true iff 存在真实 PA 公理证书，\n   输入恰为其完整 token 且 certificate.sentence = candidate；\n5. 完整比较器已证 primitive recursive。\n\n公理画像仅 propext / Classical.choice / Quot.sound；\n无 sorryAx、无项目公设。\nFoundationCompactNumericPAAxiomComparator.lean", fillcolor="#dff2e8", color="#2f6f57", penwidth=2.8];
    numericrules [label="10/10 primitive-recursive listed local rule checks\n十条列表证明局部规则纯数值检查全部闭合\n\nLean 内核已检查：\n1. closed / axm / verum / and / or / all / exs / wk / shift / cut 全覆盖；\n2. 每个输入只有公式 token、序列 token 列表及子节点布尔结果；\n3. free / substitution / negation / sequent shift 均调用真实纯数值变换；\n4. axm 调用同一个全部 23 标签比较器；\n5. 每条函数均 primitive recursive，规范字段上逐点等于\n   listedCertificateValidTrace 对应分支结果；\n6. 子有效性是任务栈返回值，不是外部证明假设。\n\n公理画像仅 propext / Classical.choice / Quot.sound；\n无 sorryAx、无项目公设。\nFoundationCompactNumericListedRuleChecks.lean", fillcolor="#dff2e8", color="#2f6f57", penwidth=2.8];
    numericnodefields [label="Primitive-recursive synchronized node-field parsers\n原始递归证明 / 证书节点字段解析器\n\nLean 内核已检查：\n1. proof 标签 0..9 按真实编码顺序解析父序列、主公式和见证项；\n2. 每个节点只消费立即字段，完整保留后续子证明 token；\n3. structural certificate 的 leaf/axiom/unary/binary 四形状全覆盖；\n4. axiom 节点精确截取完整 PA 公理证书 token；\n5. 两侧 dispatcher 均 primitive recursive；\n6. 对每个真实树/证书及任意 suffix，返回精确字段和同一子流。\n\n公理画像仅 propext / Classical.choice / Quot.sound；\n无 sorryAx、无项目公设。\nFoundationCompactNumericListedNodeFields.lean", fillcolor="#dff2e8", color="#2f6f57", penwidth=2.8];
    numericparser [label="Public local-check numeric graph\n公开局部检查纯数值图\n\nLean 内核已检查：\n1. 有限任务栈同步消费 proof/certificate 两条 token 流并核对节点形状；\n2. 子结论与子布尔结果自底向上送入十条真实局部合并器；\n3. 显式 fuel 覆盖完整规范树，形状错配、耗尽及畸形输入一律拒绝；\n4. 规范树结果逐点等于 listedCertificateValidTrace；\n5. 任意 packed code/formulaCode 上，新纯数值验证器与原公开验证器布尔值逐点相等。\n\n全部运行数据仅为 Nat / Bool / List；完整图已证 primitive recursive。\n定向探针与目标模块构建退出码 0；禁用项扫描为空；\n关键端点公理画像仅 propext / Classical.choice / Quot.sound。\nFoundationCompactNumericListedTaskMachine.lean\nFoundationCompactNumericListedPublicVerifier.lean", fillcolor="#dff2e8", color="#2f6f57", penwidth=2.8];
    localtableau [label="Local initial/step/final task-machine tableau\n任务机局部初态 / 单步 / 终态计算表\n\nLean 内核已检查：\n1. LocalTraceValid 要求行数精确 fuel+1；\n2. 第 0 行严格等于公开 initial state；\n3. 每个 i<fuel 的第 i+1 行严格等于 verifierStep(第 i 行)；\n4. 单步 transition relation、长度和初态关系均为 primitive recursive；\n5. canonical trace 满足局部表；任意合法局部表逐行等于 canonical trace；\n6. 因而 local validity iff canonical bounded run，\n   总局部谓词也是 primitive recursive。\n\n定向 Lean 探针退出码 0；相关端点公理画像仅\npropext / Classical.choice / Quot.sound；无 sorryAx。\nFoundationCompactNumericListedDirectTrace.lean", fillcolor="#dff2e8", color="#2f6f57", penwidth=2.8];
-     directtrace [label="Direct finite public-verifier trace semantics\n公开验证器直接有限运行轨迹语义\n\nLean 内核已检查：\n1. 公开见证包记录 proof/formula token 流、解析结果、\n   结论值和完整 task-machine 状态列表；\n2. 见证现在直接要求绿色 local tableau，另检查终态结果为 true；\n3. 对任意 code/formulaCode：publicVerifier=true\n   iff exists trace, DirectTraceValid(code,formulaCode,trace)；\n4. DirectTraceValid 为 primitive recursive；\n5. 接受运行规范地产生见证，任意合法见证反推同一公开验证器接受；\n6. 整个端点不调用 projection/rfind。\n\n定向 Lean 探针退出码 0；关键端点公理画像仅\npropext / Classical.choice / Quot.sound。\nFoundationCompactNumericListedDirectTrace.lean\n\n边界：组件 parser 目前仍以精确函数等式核对；\n其内部状态子轨迹、显式 Nat 序列化及多项式位长界\n仍由黄色节点完成。", fillcolor="#dff2e8", color="#2f6f57", penwidth=2.8];
+     packedstreamtrace [label="Packed payload + binary-Nat stream local traces\n打包载荷 + 二进制自然数流局部子轨迹\n\nLean 内核已检查：\n1. 见证记录 sentinel peel 后的真实 payload bits；\n2. BinaryNatStreamLocalTraceValid 检查精确行数、初态和每个 stream step；\n3. 规范流轨迹满足局部表，任意合法表恢复同一 bounded run；\n4. 最终状态输出严格等于目标 token list；\n5. 对任意 code/tokens：compactPackedTokenStream code = some tokens\n   iff exists trace, PackedTokenStreamDirectTraceValid；\n6. proof code 与 formula code 的两份子轨迹均已接入总 DirectTraceValid。\n\n新子模块目标构建和总见证探针退出码 0；\n关键端点公理画像仅 propext / Classical.choice / Quot.sound。\nFoundationCompactPackedTokenStreamDirectTrace.lean\nFoundationCompactNumericListedDirectTrace.lean", fillcolor="#dff2e8", color="#2f6f57", penwidth=2.8];
+     directtrace [label="Direct finite public-verifier trace semantics\n公开验证器直接有限运行轨迹语义\n\nLean 内核已检查：\n1. 公开见证包记录 proof/formula token 流、解析结果、\n   结论值和完整 task-machine 状态列表；\n2. 两个 packed 输入各携带绿色 payload/token-stream 局部子轨迹；\n3. 中央检查直接要求绿色 local task-machine tableau；\n4. 对任意 code/formulaCode：publicVerifier=true\n   iff exists trace, DirectTraceValid(code,formulaCode,trace)；\n5. DirectTraceValid 为 primitive recursive，合法见证反推同一公开验证器接受；\n6. 整个端点不调用 projection/rfind。\n\n定向 Lean 探针退出码 0；关键端点公理画像仅\npropext / Classical.choice / Quot.sound。\nFoundationCompactNumericListedDirectTrace.lean\n\n边界：proof/certificate/formula parser 与局部语法变换\n仍以精确函数等式核对；其内部子轨迹、显式 Nat 序列化\n及多项式位长界仍由黄色节点完成。", fillcolor="#dff2e8", color="#2f6f57", penwidth=2.8];
    resemanticprobe [label="Generic RE/rfind representation audit\n通用递归可枚举 / 最小化搜索表示审计\n\nLean 内核已检查：\n1. P(bound,y) 精确表示存在载荷长度 <= bound 的接受码；\n2. witness relation primitive recursive，P 为 RE predicate；\n3. 固定 Nat.ArithPart1.Code 并保留 Code.eval 求值证明；\n4. 二变量 Sigma-one 公式与有限一致性句的标准模型语义精确；\n5. 二进制数词实例具有线性于输入位长的公式符号数界；\n6. 接受实例在 PA 中定性可证并有真实 Derivation2。\n\n定量审计结论：构造链实际经过\nREPred.projection -> Partrec.projection -> rfindOpt -> Code.rfind；\n其算术公式含“所有更小搜索阶段失败”的 bounded minimality。\n目前没有该前缀证明长度关于载荷位长的多项式界，\n故它只保留为语义审计，不作为 suitable numeration。\n目标构建通过；公理画像仅标准三项。\nFoundationCompactNumericListedProofPredicate.lean", fillcolor="#e9e3f5", color="#76639a", penwidth=2.6];
-     compactformula [label="【主终端当前：Explicitly coded direct CompactProof】\n显式编码的直接紧凑证明算术公式\n\n目标公式：\nP_direct(bound,y) := exists proofCode,\n  payloadLength(proofCode) <= bound and\n  exists trace, DirectVerifierTrace(proofCode,y,trace)。\n\n前置进展：绿色 localtableau + directtrace 已关闭\n中央逐步运行和存在见证的精确外部语义。\n\n当前必须由 Lean 内核关闭：\n1. 为 packed/token parser、proof/certificate/formula parser\n   与局部语法变换补齐可组合的内部运行子轨迹，\n   不能只保留最终函数结果等式；\n2. 给全部状态、子轨迹和见证构造显式 Nat 编码，证明\n   编码位长与局部核验总量有固定多项式界；\n3. 直接手写二变量 Sigma-one 公式，禁止 projection/rfind；\n4. 标准模型语义逐点 iff 同一 P(bound,y)，\n   否定 falsum 实例精确等于同一有限一致性语义。\n\n当前第一义务：packed payload + binary-Nat token stream\n的局部子轨迹接口、组合定理和显式编码边界。", fillcolor="#fff0c9", color="#b37a12", penwidth=2.8];
+     compactformula [label="【主终端当前：Explicitly coded direct CompactProof】\n显式编码的直接紧凑证明算术公式\n\n目标公式：\nP_direct(bound,y) := exists proofCode,\n  payloadLength(proofCode) <= bound and\n  exists trace, DirectVerifierTrace(proofCode,y,trace)。\n\n前置进展：绿色 packedstreamtrace + localtableau + directtrace\n已关闭两个公开输入流、中央逐步运行和存在见证语义。\n\n当前必须由 Lean 内核关闭：\n1. 为 proof/certificate/formula parser 与局部语法变换\n   补齐可组合的内部运行子轨迹，不能只保留最终函数结果等式；\n2. 给全部状态、子轨迹和见证构造显式 Nat 编码，证明\n   编码位长与局部核验总量有固定多项式界；\n3. 直接手写二变量 Sigma-one 公式，禁止 projection/rfind；\n4. 标准模型语义逐点 iff 同一 P(bound,y)，\n   否定 falsum 实例精确等于同一有限一致性语义。\n\n当前第一义务：proof/certificate/formula parser\n的局部子轨迹、结果等价和总见证组合。", fillcolor="#fff0c9", color="#b37a12", penwidth=2.8];
    patrace [label="PA proof compiler for the direct trace formula\n直接轨迹公式的 PA 短证明编译器\n\n等待黄色 direct CompactProof 公式闭合后启动：\n给定 proofCode 与合法接受轨迹，构造同一公式实例的真实\nPA Derivation2，并证明公式生成、见证、逐步核验及拼接的\n完整证明载荷长度为输入位长的固定多项式。\n\n禁止逐实例调用 Sigma-one completeness / Classical.choice\n来声称任何长度结论。", fillcolor="#f3f3f3", color="#777777", style="rounded,filled,dashed"];
    suitable [label="suitable numeration（合适枚举）\nbit graph representability（位图可表示性）\npolynomial proof construction（多项式证明构造）", fillcolor="#f3f3f3", color="#777777", style="rounded,filled,dashed"];
    cond0 [label="Pudlak condition (0)（普德拉克条件 0）\nPA 内证明 proof-bound monotonicity（证明长度界单调性）\nP 的较紧/较松 cutoff 可在同一公式中转换", fillcolor="#f3f3f3", color="#777777", style="rounded,filled,dashed"];
    cond1 [label="Pudlak condition (1)（普德拉克条件 1）\nexternal short proof -> internal P(n, code(phi))\n外部短证明以多项式开销内部化为 P 实例", fillcolor="#f3f3f3", color="#777777", style="rounded,filled,dashed"];
    cond2 [label="Pudlak condition (2)（普德拉克条件 2）\nP(n,m) -> P(q1(n), code(P(n,m)))\n证明谓词实例自身的定量内部化", fillcolor="#f3f3f3", color="#777777", style="rounded,filled,dashed"];
    cond3 [label="Pudlak condition (3)（普德拉克条件 3）\nbounded modus ponens composition（有界肯定前件合成）\nP(n,phi) 与 P(n,phi->psi) -> P(q2(n),psi)", fillcolor="#f3f3f3", color="#777777", style="rounded,filled,dashed"];
    mpcompiler [label="Accepted-code bounded modus ponens compiler\n接受码有界肯定前件编译器（外部语义层已闭合）\n\n同一公开列表保持验证器：\naccept(codeImp, A->B) + accept(codeA, A)\n  -> exists codeB, accept(codeB, B)\n完整载荷界：\n|codeB| <= |codeImp| + |codeA| + 240 + 34*S(A,B)\n两份输入 proof tree + certificate 原样复用\n树级、证书级、规范码级及任意接受码端点均已通过\n无隐藏长度参数；无 sorryAx\nFoundationCompactCertifiedModusPonens.lean\n\n注意：这里只关闭外部码合成；\nPA 内部 condition (3) 仍须由 arithmetic trace 内化。", fillcolor="#dff2e8", color="#2f6f57", penwidth=2.8];
    conjcompiler [label="Accepted-code bounded conjunction compiler\n接受码有界合取编译器（外部语义层已闭合）\n\naccept(codeA,A) + accept(codeB,B)\n  -> exists codeAnd, accept(codeAnd,A and B)\n完整载荷界：\n|codeAnd| <= |codeA| + |codeB| + 144 + 11*S(A,B)\n两棵输入树与两份完整证书原样复用\n任意接受码端点及 axiom profile 已通过\n无 sorryAx\nFoundationCompactCertifiedConjunction.lean\n\n注意：固定重言式与原文拼接步骤 (i)-(v)\n以及 PA 内部化仍未闭合。", fillcolor="#dff2e8", color="#2f6f57", penwidth=2.8];
    qdiagonal [label="Quantitative parameterized diagonalization\n定量参数化对角化（同一完整载荷坐标已闭合）\nFoundation parameterized_diagonal₁：固定 P 的全称证明为常数\n真实 Derivation2 实例化：cut + wk + exs + closed\n显式结构证书：binary(unary(baseCert), unary(leaf))\n公开列表保持验证器接受完整 proof+certificate 打包码\n短二进制数码项：2*previous+bit\n码长 O(Nat.size m)，标准模型值严格为 m\n最终完整载荷界：baseProof+baseCert+192\n + 2048*(formulaConstant+stepConstant*|m|+1)^3\n同一公式实例的精确最短载荷也不超过该界\n具体 CompactProof 谓词仍由灰色算术化节点提供\nFoundationCompactDerivationSpecialization.lean\nFoundationCompactCertifiedDerivationSpecialization.lean\nFoundationCompactBinaryNumeralTerm.lean\nFoundationCompactParameterizedDiagonalSpecialization.lean\n端点无 sorryAx", fillcolor="#dff2e8", color="#2f6f57", penwidth=2.8];
    proofassembly [label="Bounded proof-calculus assembly (i)-(v)\n有界证明演算拼接（原文步骤 i-v）\n固定命题重言式 + (0)-(3) + MP/conjunction composition\n逐步得到 not P(q5(m), bottom) -> D(m)\n每次拼接与公式实例化均须显式多项式长度", fillcolor="#f3f3f3", color="#777777", style="rounded,filled,dashed"];
    paconsistency [label="PA consistency in the standard model\nPA 在标准模型中的一致性\naccepted falsum proof -> real Derivation2 -> contradiction\n项目已有 noListedCertifiedPAProofOfFalsum；无 sorryAx", fillcolor="#dff2e8", color="#2f6f57", penwidth=2.4];
    exponentextract [label="Consistency contradiction + exponent extraction\n一致性反证 + 指数提取\n短 D(m) 证明与一致性冲突\nq5(m) 的多项式重标定 -> 存在 epsilon > 0\n推出 Con_A(n) 无 n^epsilon 长度证明", fillcolor="#f3f3f3", color="#777777", style="rounded,filled,dashed"];
    diagonal [label="Pudlak 1986 Theorem 3.1\n普德拉克 1986 定理 3.1\ndiagonal proof-length lower bound\n对角证明长度下界", fillcolor="#f3f3f3", color="#777777", style="rounded,filled,dashed", penwidth=2.0];
    internalnote [shape=note, label="关键注释：外部运行时间界不能自动变成 PA 内部短证明。\n必须构造 accepted computation trace（接受计算轨迹），\n并在同一算术编码中逐步验证。", fillcolor="#e8f1f8", color="#4e7892"];

    predicate -> resemanticprobe [label="exact standard-model relation\n精确标准模型关系"];
    minmeasure -> resemanticprobe [label="same honest payload length\n同一诚实载荷长度"];
    canonicalnormalize -> resemanticprobe [style=dotted, label="normalization audit only\n仅作规范化审计"];
    predicate -> listedconmeta [label="same accepted-code relation\n同一接受码关系"];
    minmeasure -> listedconmeta [label="same payload coordinate\n同一载荷坐标"];
    listedconmeta -> resemanticprobe [label="generic semantic representation\n通用定性语义表示"];
    canonicalnormalize -> listedconmeta [label="pointwise same-cutoff equivalence\n逐点同截断值等价"];
    polytime -> arithinput [label="same packed inputs and bit-cost coordinate\n同一打包输入与位成本坐标"];
    arithinput -> tokenstream [label="primitive-recursive payload and Nat-prefix base\n原始递归载荷与自然数前缀基础"];
    tokenstream -> bitsync [label="exact arbitrary-input stream semantics\n任意输入流精确语义"];
    tokenstream -> syntaxparser [label="bounded exact tokenization\n有界精确记号化"];
    bitsync -> syntaxbitsync [label="exact bit suffix invariant\n精确位后缀不变量"];
    syntaxparser -> syntaxbitsync [label="same term/formula token grammar\n同一项/公式 token 文法"];
    syntaxparser -> syntaxinversion [label="backward typed realization invariant\n反向类型化实现不变量"];
    syntaxinversion -> numericvalues [label="arbitrary syntax success is canonical\n任意语法成功均为真实规范前缀"];
    syntaxinversion -> closedformula [label="typed prefix recovery + no-fvar invariant\n类型化前缀恢复 + 无自由变量不变量"];
    closedformula -> proofparser [label="axm sentence task\n公理叶闭句任务"];
    syntaxparser -> proofparser [label="checked syntax-task machine\n已检查语法任务机"];
    syntaxparser -> certparser [label="induction-body formula parser\n归纳公理体公式解析"];
    syntaxinversion -> proofinversion [label="term / formula arbitrary inversion\n项 / 公式任意反演"];
    proofparser -> proofinversion [label="ten-rule numeric state machine\n十规则纯数值状态机"];
    closedformula -> proofinversion [label="real sentence recovery\n真实闭句恢复"];
    proofinversion -> numericnodefields [label="arbitrary proof success is canonical\n任意证明成功均为真实规范前缀"];
    syntaxinversion -> certinversion [label="induction-formula arbitrary inversion\n归纳公式任意反演"];
    certparser -> certinversion [label="23+4 certificate numeric machines\n23+4 类证书纯数值机"];
    certinversion -> numericnodefields [label="arbitrary certificate success is canonical\n任意证书成功均为真实规范前缀"];
    syntaxbitsync -> numericparser [label="term/formula typed-bit equivalence closed\n项/公式类型化位级等价已闭合"];
    bitsync -> proofbitsync [label="same exact bit suffix\n同一精确位后缀"];
    syntaxbitsync -> proofbitsync [label="typed sequent/term/formula components\n类型化序列/项/公式部件"];
    proofparser -> proofbitsync [label="same ten-rule token grammar\n同一十规则 token 文法"];
    bitsync -> certbitsync [label="same exact bit suffix\n同一精确位后缀"];
    syntaxbitsync -> certbitsync [label="induction-body formula synchronization\n归纳公式体同步"];
    certparser -> certbitsync [label="same 23+4 token grammar\n同一 23+4 类 token 文法"];
    proofbitsync -> numericparser [label="typed proof bit equivalence closed\n证明树类型化位级等价已闭合"];
    certbitsync -> numericparser [label="typed certificate bit equivalence closed\n证书类型化位级等价已闭合"];
    arithinput -> packedtokensync [label="same sentinel-packed inputs\n同一哨兵位打包输入"];
    tokenstream -> packedtokensync [label="primitive-recursive full tokenization\n原始递归完整 token 化"];
    proofbitsync -> packedtokensync [label="proof segment equivalence\n证明段等价"];
    certbitsync -> packedtokensync [label="certificate segment equivalence\n证书段等价"];
    packedtokensync -> numericvalues [label="same public token streams\n同一公开 token 流"];
    numericvalues -> numericchecks [label="exact numeric syntax values\n精确数值语法值"];
    numericvalues -> numericnodefields [label="sequent / formula / term immediate fields\n序列 / 公式 / 项立即字段"];
    numericchecks -> numericrules [label="same local list decisions\n同一局部列表判定"];
    numericvalues -> numericconstructors [label="canonical token values\n规范 token 值"];
    numericconstructors -> numericrules [label="six direct formula constructors\n六种直接公式构造"];
    numericvalues -> numericnegation [label="same parser task semantics\n同一解析任务语义"];
    numericnegation -> numericrules [label="exact De Morgan token transform\n精确 De Morgan 记号变换"];
    numericvalues -> numericshift [label="same parser task semantics\n同一解析任务语义"];
    numericshift -> numericrules [label="exact free-index successor transform\n精确自由变量后继变换"];
    numericvalues -> numericfree [label="same parser task and binder arity\n同一解析任务与绑定元数"];
    numericfree -> numericrules [label="exact arity-lowering free transform\n精确降元自由化变换"];
    numericvalues -> numericsubstitution [label="same parser task and witness tokens\n同一解析任务与见证记号"];
    numericsubstitution -> numericrules [label="exact qpow substitution transform\n精确量词下代入变换"];
    numericvalues -> numericfixitr [label="same parser task and binder arity\n同一解析任务与绑定元数"];
    numericfixitr -> numericparser [label="exact qpow fixitr transform\n精确量词下变量捕获变换"];
    numericconstructors -> numericsuccind [label="or / all token constructors\n析取 / 全称量词记号构造"];
    numericnegation -> numericsuccind [label="three exact negations\n三次精确否定"];
    numericshift -> numericsuccind [label="open-substitution namespace shift\n开放代入命名空间移位"];
    numericsubstitution -> numericsuccind [label="four exact substitution executions\n四条精确代入执行"];
    numericfixitr -> numericsuccind [label="capture open witnesses\n捕获开放见证"];
    numericsuccind -> numericguardedinduction [label="exact succInd(body) tokens\n精确后继归纳公式记号"];
    numericvalues -> numericfvsup [label="same checked syntax-task stack\n同一已检查语法任务栈"];
    numericsuccind -> numericfvsup [label="compute closure depth of succInd(body)\n计算归纳公式闭包深度"];
    numericfvsup -> numericguardedinduction [label="exact formula.fvSup value\n精确公式自由变量上确界"];
    numericfixitr -> numericallclosure [label="capture depth free variables first\n先捕获 depth 个自由变量"];
    numericfvsup -> numericallclosure [label="same exact closure depth\n同一精确闭包深度"];
    numericallclosure -> numericguardedinduction [label="guarded exact all-closure tokens\n带守卫精确全称闭包记号"];
    numericvalues -> numerictokenbitlength [label="candidate canonical token stream\n候选公式规范记号流"];
    numerictokenbitlength -> numericguardedinduction [label="actual candidate formulaCode bit length\n候选公式码真实位长"];
    numericfixitr -> numericguardedinduction [label="capture only after guard\n仅在守卫通过后捕获变量"];
    certbitsync -> numericguardedinduction [label="tag 22 induction body\n标签 22 归纳公式体"];
    numericguardedinduction -> numericallaxioms [label="guarded tag 22 exact result\n带守卫标签 22 精确结果"];
    certbitsync -> numericfixedaxioms [label="same PA-certificate tags and parameters\n同一 PA 证书标签与参数"];
    numericfixedaxioms -> numericallaxioms [label="tags 0..21 exact sentence tokens\n标签 0..21 精确公理句记号"];
    certinversion -> numericallaxioms [label="exact arbitrary certificate-token inversion\n任意证书记号精确反演"];
    numericallaxioms -> numericrules [label="axm branch comparator\n公理叶比较器"];
    numericrules -> numericparser [label="all ten local Boolean combiners closed\n十条局部布尔合并器全部闭合"];
    numericnodefields -> numericparser [label="exact child-stream scheduling inputs\n精确子流调度输入"];
    numericparser -> resemanticprobe [label="exact semantics audit\n精确语义审计"];
    numericparser -> localtableau [label="same bounded verifierStep\n同一有界验证器单步"];
+     tokenstream -> packedstreamtrace [label="same bounded binary-Nat stream machine\n同一有界二进制自然数流机器"];
+     arithinput -> packedstreamtrace [label="same sentinel payload peel\n同一哨兵位载荷剥离"];
    localtableau -> directtrace [label="public witness uses local validity\n公开见证使用局部有效性"];
+     packedstreamtrace -> directtrace [label="two public input subtraces\n两份公开输入子轨迹"];
    predicate -> directtrace [label="exact accepted-code equivalence\n接受码关系精确等价"];
    directtrace -> compactformula [label="add component subtraces and explicit coding\n补齐组件子轨迹与显式编码"];
    predicate -> compactformula [label="same accepted-code target\n同一接受码目标"];
    minmeasure -> compactformula [label="same honest payload cutoff\n同一诚实载荷截断"];
    listedconmeta -> compactformula [label="same finite-consistency target\n同一有限一致性目标"];
    resemanticprobe -> compactformula [style=dotted, arrowhead=none, constraint=false, label="semantic specification only; rfind program is not reused\n只保留语义规格；不复用最小化程序"];
    compactformula -> patrace [label="fixed formula and binary numerals\n固定公式与二进制数词"];
    internalnote -> patrace [style=dotted, arrowhead=none, constraint=false];
    patrace -> suitable;
    suitable -> cond0;
    suitable -> cond1;
    suitable -> cond2;
    suitable -> cond3;
    predicate -> mpcompiler [label="same public verifier\n同一公开验证器"];
    canonicalnormalize -> mpcompiler [label="decoded payload never grows\n解码规范化不增长"];
    mpcompiler -> cond3 [style=dotted, label="external compiler closed; PA internal proof remains\n外部编译已闭合；仍需 PA 内部短证明"];
    predicate -> conjcompiler [label="same public verifier\n同一公开验证器"];
    canonicalnormalize -> conjcompiler [label="decoded payload never grows\n解码规范化不增长"];
    conjcompiler -> proofassembly [style=dotted, label="external conjunction primitive closed\n外部合取原语已闭合"];
    compactformula -> qdiagonal [style=dotted, arrowhead=none, constraint=false, label="later instantiate the closed generic compiler at concrete P\n后续把已闭合通用编译器实例化到具体 P"];
    suitable -> qdiagonal [style=dotted, arrowhead=none, constraint=false, label="concrete P conditions belong to later assembly\n具体 P 条件属于后续拼接"];
    transformcode -> qdiagonal [label="formula-instance size bound already checked\n公式实例大小界已检查"];
    cond0 -> proofassembly;
    cond1 -> proofassembly;
    cond2 -> proofassembly;
    cond3 -> proofassembly;
    qdiagonal -> proofassembly;
    proofassembly -> exponentextract;
    paconsistency -> exponentextract;
    exponentextract -> diagonal;
  }

  subgraph cluster_buss {
    label="H. Buss-Pudlak lower bound（布斯-普德拉克下界）";
    color="#9a9a9a";
    style="rounded,dashed";

    family [label="F_n = Con_T((f(n))^c)\n有限一致性公式族\nsame T / proof system / symbol length\n同一理论 / 证明系统 / 符号长度", fillcolor="#f3f3f3", color="#777777", style="rounded,filled,dashed"];
    rescale [label="Buss 1994 Theorem 5\n布斯 1994 第 5 定理\ntime-constructible rescaling\n时间可构造重标定", fillcolor="#f3f3f3", color="#777777", style="rounded,filled,dashed", penwidth=2.0];
    lower [label="minProofLength(F_n) > U(n) eventually\n最短证明长度最终大于 U(n)\nsuper-polynomial lower bound（超多项式下界）", fillcolor="#e9e3f5", color="#76639a", style="rounded,filled,dashed", penwidth=2.0];
    lowernote [shape=note, label="关键注释：文献下界只能用于原文满足条件的\nformula family（公式族）、proof system（证明系统）\n和 symbol length（符号长度）；名字相似不能替代对象恒等。", fillcolor="#e8f1f8", color="#4e7892"];

    compactformula -> family [label="same CompactProof predicate\n同一紧凑证明谓词"];
    minmeasure -> family [label="exact minimum length coordinate\n精确最短长度坐标"];
    diagonal -> rescale [label="power lower-bound seed\n幂下界种子"];
    family -> rescale;
    rescale -> lower [label="explicit time-constructible f\n显式时间可构造函数 f"];
    lowernote -> rescale [style=dotted, arrowhead=none, constraint=false];
  }

  subgraph cluster_collision {
    label="I. Same-object upper bound and collision（同对象上界与碰撞）";
    color="#9a9a9a";
    style="rounded,dashed";

    sondowcert [label="Sondow checked certificates\n索多已检查证书\nassume gamma rational（假设欧拉常数有理）\n本节点只表示证书已检查，不等于同对象上界已完成", fillcolor="#dff2e8", color="#3f7c66"];
    samecompiler [label="Sondow same-object compiler\n索多同对象编译器\ncertificate -> real proof of the same F_n\n证书 -> 同一 F_n 的真实证明", fillcolor="#f3f3f3", color="#777777", style="rounded,filled,dashed"];
    upper [label="minProofLength(F_n) <= U(n)\n最短证明长度不超过多项式 U(n)\npolynomial upper bound（多项式上界）\n等待 same-object compiler（同对象编译器）", fillcolor="#f3f3f3", color="#777777", style="rounded,filled,dashed"];
    collision [label="U(N) < minProofLength(F_N) <= U(N)\n同一 N、同一公式、同一检查器、同一长度的矛盾\ncollision theorem（碰撞定理）", fillcolor="#f8d9d6", color="#a8443d", style="rounded,filled,dashed", penwidth=2.5];
    final [label="not is_rational euler_mascheroni\n欧拉-马歇罗尼常数非有理\n仅在全部上游根定理闭合后成立", fillcolor="#f8d9d6", color="#a8443d", style="rounded,filled,dashed", penwidth=2.5];
    samenote [shape=note, label="关键注释：碰撞必须是同一 N、同一 F_N、\n同一 checker（检查器）和同一 length measure（长度度量）。\n只证明两个抽象接口各自存在不能形成碰撞。", fillcolor="#e8f1f8", color="#4e7892"];

    sondowcert -> samecompiler;
    family -> samecompiler [label="formula identity\n公式恒等"];
    predicate -> samecompiler [label="same checker/length\n同一检查器/长度"];
    minmeasure -> samecompiler [label="same minimum payload measure\n同一最短载荷度量"];
    samecompiler -> upper [label="canonical accepted proof code\n规范且被接受的证明码"];
    upper -> collision [label="same F_N / same length\n同一 F_N / 同一长度"];
    lower -> collision [label="same F_N / same length\n同一 F_N / 同一长度"];
    samenote -> collision [style=dotted, arrowhead=none, constraint=false];
    collision -> final;
  }

  subgraph cluster_audit {
    label="J. Submission-grade audit gates（投稿级审计门）";
    color="#76639a";
    style="rounded";

    axioms [label="#print axioms audit（公理画像审计）\n已完成节点仅依赖：\npropext（命题外延）\nClassical.choice（经典选择）\nQuot.sound（商类型可靠性）", fillcolor="#e9e3f5", color="#76639a"];
    forbidden [label="Forbidden project assumptions（禁止项目级假设）\nno tail_gap（无尾部间隙参数）\nno upper_provider（无上界提供者参数）\nno project proof_length（无项目证明长度公设）\nno sorryAx（无未完成证明公设）", fillcolor="#e9e3f5", color="#76639a"];
    gate [label="Final dependency audit（最终依赖审计）\nsame formula / parameter / checker / measure\n同一公式 / 参数 / 检查器 / 度量", fillcolor="#e9e3f5", color="#76639a", penwidth=2.0];

    totalcanonical -> axioms [style=dotted];
    publiciff -> axioms [style=dotted];
    completeness -> axioms [style=dotted];
    nattrace -> axioms [style=dotted];
    polytime -> forbidden [style=dashed];
    diagonal -> forbidden [style=dashed];
    samecompiler -> forbidden [style=dashed];
    lower -> gate;
    upper -> gate;
    axioms -> gate;
    forbidden -> gate;
    gate -> collision [style=dashed, label="audit pass\n审计通过"];
  }

  subgraph cluster_rejected_routes {
    label="K. Rejected historical routes（经审计弃用的历史路线；不通向主结论）";
    color="#a8443d";
    style="rounded,dashed";

    rawgodel [label="Nat.size(rawProofCode) lower bound\n原始哥德尔证明码位长下界\nunary-numeral encoding artifact（一元数词编码伪影）", fillcolor="#f8d9d6", color="#a8443d", style="rounded,filled,dashed"];
    postfixraw [label="Postfix checker rebuilding rawCode\n重建 rawCode 的后缀检查器\nprimitive recursive != polynomial time\n原始递归不等于多项式时间", fillcolor="#f8d9d6", color="#a8443d", style="rounded,filled,dashed"];
    abstractgap [label="tail_gap / computable_gap input\n尾部间隙 / 可计算间隙输入\nassumes the lower bound（预设下界）", fillcolor="#f8d9d6", color="#a8443d", style="rounded,filled,dashed"];
    abstractupper [label="upper_provider input\n上界提供者输入\nassumes the Sondow bridge（预设索多桥）", fillcolor="#f8d9d6", color="#a8443d", style="rounded,filled,dashed"];
    unsimulated [label="Unproved Hilbert-system simulation\n未证明的 Hilbert 系统模拟\nwrong/uncalibrated proof measure\n错误或未校准的证明度量", fillcolor="#f8d9d6", color="#a8443d", style="rounded,filled,dashed"];
    graft [label="strengthened_to_partial / transfer_to_graft\n加强到部分 / 嫁接转移接口\ninterface packaging without source theorem\n只有接口包装、没有源定理", fillcolor="#f8d9d6", color="#a8443d", style="rounded,filled,dashed"];
    rejectednote [shape=note, label="弃用判据：编码伪影、循环输入、对象错位，\n或只给接口而没有根定理。\n本区域没有任何边连接最终碰撞定理。", fillcolor="#fff1f0", color="#a8443d"];

    rawgodel -> postfixraw [style=dotted, color="#a8443d"];
    abstractgap -> graft [style=dotted, color="#a8443d"];
    abstractupper -> graft [style=dotted, color="#a8443d"];
    unsimulated -> graft [style=dotted, color="#a8443d"];
    rejectednote -> graft [style=dotted, arrowhead=none, color="#a8443d"];
  }
}
